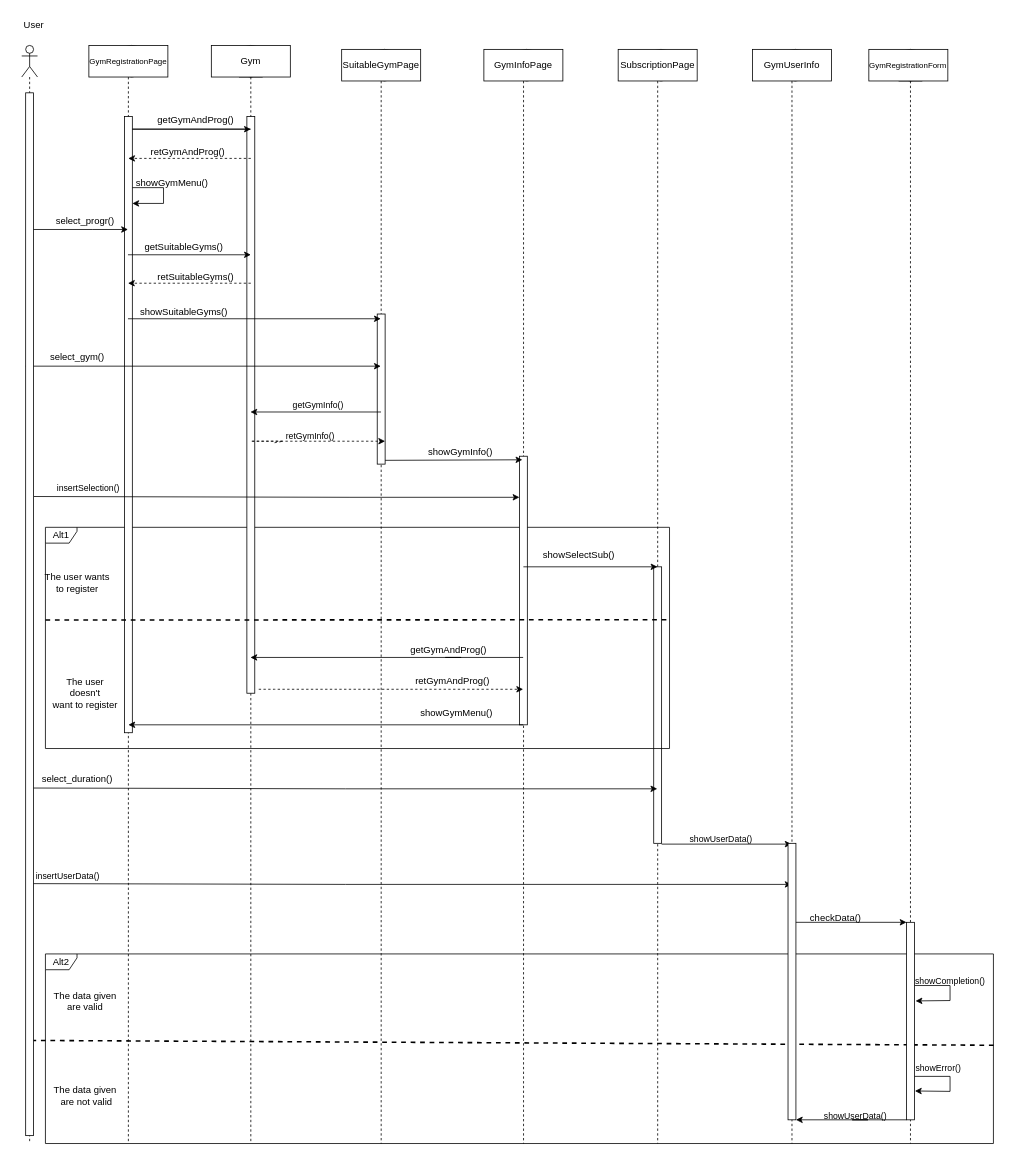
The draw.io diagram ΤΕΛΙΚΟ ΠΑΡΑΔΟΤΕΟ/Sequence-diagrams-v1.0/sd_εγγραφή_σε _γυμναστήριο.drawio in Dionkaps/Eu-Zin, before the edit. Source tidied: cells renumbered, new cells numbered last; positions are measured from the earlier drawing's top-left corner, leaving out a move shared by most shapes. Both pictures are drawn from the tidied source at 79%, with x=0, y=0 at pixel (13, 13).
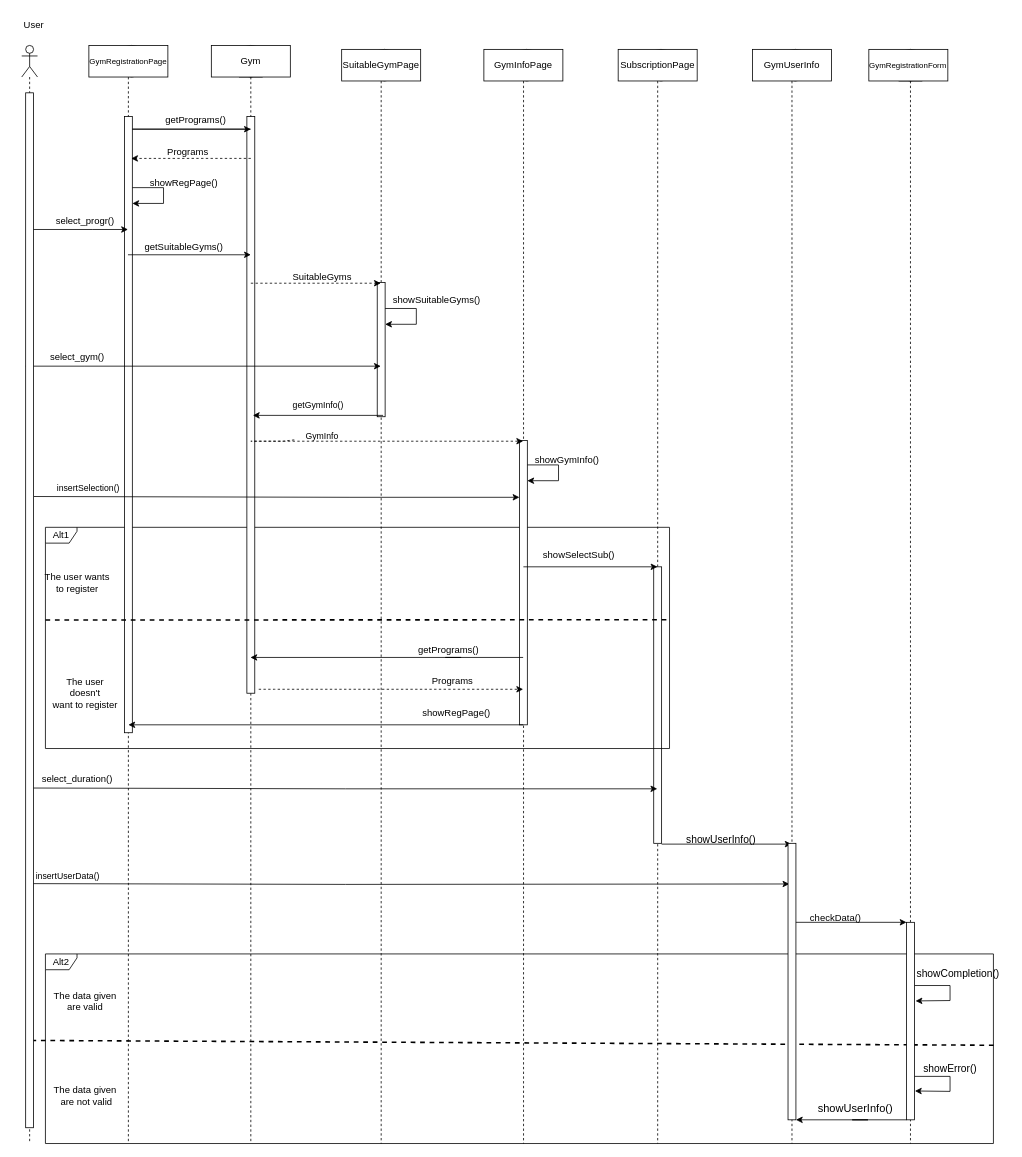
After the change.

Unchanged cells that the change refers to:
```xml
<mxCell id="4" style="shape=umlLifeline;perimeter=lifelinePerimeter;whiteSpace=wrap;html=1;outlineConnect=0;portConstraint=eastwest;newEdgeStyle={&quot;edgeStyle&quot;:&quot;elbowEdgeStyle&quot;,&quot;elbow&quot;:&quot;vertical&quot;,&quot;curved&quot;:0,&quot;rounded&quot;:0};participant=umlBoundary;" parent="1" vertex="1">
  <mxGeometry x="620.2" y="45" width="50" height="1385" as="geometry" />
</mxCell>
<mxCell id="8" style="html=1;points=[];perimeter=orthogonalPerimeter;" parent="1" vertex="1">
  <mxGeometry x="140" y="130" width="10" height="780" as="geometry" />
</mxCell>
<mxCell id="9" style="shape=umlLifeline;perimeter=lifelinePerimeter;whiteSpace=wrap;html=1;outlineConnect=0;portConstraint=eastwest;newEdgeStyle={&quot;edgeStyle&quot;:&quot;elbowEdgeStyle&quot;,&quot;elbow&quot;:&quot;vertical&quot;,&quot;curved&quot;:0,&quot;rounded&quot;:0};participant=umlBoundary;" parent="1" vertex="1">
  <mxGeometry x="440" y="45" width="50" height="1385" as="geometry" />
</mxCell>
<mxCell id="11" style="shape=umlLifeline;perimeter=lifelinePerimeter;whiteSpace=wrap;html=1;outlineConnect=0;portConstraint=eastwest;newEdgeStyle={&quot;edgeStyle&quot;:&quot;elbowEdgeStyle&quot;,&quot;elbow&quot;:&quot;vertical&quot;,&quot;curved&quot;:0,&quot;rounded&quot;:0};participant=umlEntity;" parent="1" vertex="1">
  <mxGeometry x="280" y="40" width="40" height="1390" as="geometry" />
</mxCell>
<mxCell id="62" style="html=1;points=[];perimeter=orthogonalPerimeter;" parent="1" vertex="1">
  <mxGeometry x="980" y="1050" width="10" height="350" as="geometry" />
</mxCell>
```

What changed in the source:
```diff
@@
     <mxCell id="6" style="html=1;perimeter=orthogonalPerimeter;" parent="1" vertex="1">
-      <mxGeometry x="640" y="560" width="10" height="340" as="geometry" />
+      <mxGeometry x="640" y="540" width="10" height="360" as="geometry" />
     </mxCell>
@@
     <mxCell id="10" style="html=1;perimeter=orthogonalPerimeter;" parent="1" vertex="1">
-      <mxGeometry x="460" y="380" width="10" height="190" as="geometry" />
+      <mxGeometry x="460" y="340" width="10" height="170" as="geometry" />
     </mxCell>
@@
-    <mxCell id="17" value="getGymAndProg()" style="text;html=1;align=center;verticalAlign=middle;strokeColor=none;fillColor=none;" parent="1" vertex="1">
-      <mxGeometry x="490" y="790" width="120" height="30" as="geometry" />
+    <mxCell id="17" value="getPrograms()" style="text;html=1;align=center;verticalAlign=middle;strokeColor=none;fillColor=none;" parent="1" vertex="1">
+      <mxGeometry x="500" y="790" width="100" height="30" as="geometry" />
     </mxCell>
-    <mxCell id="18" style="endArrow=classic;html=1;rounded=0;dashed=1;" parent="1" edge="1">
+    <mxCell id="18" style="endArrow=classic;html=1;rounded=0;dashed=1;" parent="1" edge="1" target="9">
       <mxGeometry x="-0.18" y="-11" relative="1" as="geometry">
         <mxPoint x="300" y="341" as="sourcePoint" />
-        <mxPoint x="144.5" y="341" as="targetPoint" />
         <mxPoint x="11" y="-11" as="offset" />
       </mxGeometry>
     </mxCell>
-    <mxCell id="19" value="retGymAndProg()" style="text;html=1;align=center;verticalAlign=middle;strokeColor=none;fillColor=none;" parent="1" vertex="1">
-      <mxGeometry x="495.2" y="830" width="120" height="30" as="geometry" />
+    <mxCell id="19" value="Programs" style="text;html=1;align=center;verticalAlign=middle;strokeColor=none;fillColor=none;" parent="1" vertex="1">
+      <mxGeometry x="515.2" y="830" width="80" height="30" as="geometry" />
     </mxCell>
-    <mxCell id="20" value="showGymMenu()" style="text;html=1;align=center;verticalAlign=middle;strokeColor=none;fillColor=none;" parent="1" vertex="1">
+    <mxCell id="20" value="showRegPage()" style="text;html=1;align=center;verticalAlign=middle;strokeColor=none;fillColor=none;" parent="1" vertex="1">
       <mxGeometry x="505.2" y="870" width="110" height="30" as="geometry" />
     </mxCell>
@@
-    <mxCell id="23" value="retSuitableGyms()" style="text;html=1;align=center;verticalAlign=middle;strokeColor=none;fillColor=none;" parent="1" vertex="1">
-      <mxGeometry x="170" y="318" width="120" height="30" as="geometry" />
+    <mxCell id="23" value="SuitableGyms" style="text;html=1;align=center;verticalAlign=middle;strokeColor=none;fillColor=none;" parent="1" vertex="1">
+      <mxGeometry x="340" y="318" width="100" height="30" as="geometry" />
     </mxCell>
     <mxCell id="24" value="showSuitableGyms()" style="text;html=1;align=center;verticalAlign=middle;strokeColor=none;fillColor=none;" parent="1" vertex="1">
-      <mxGeometry x="150" y="363" width="130" height="30" as="geometry" />
+      <mxGeometry x="470" y="348" width="130" height="30" as="geometry" />
     </mxCell>
@@
-    <mxCell id="27" style="endArrow=classic;html=1;rounded=0;dashed=1;" parent="1" edge="1" source="67">
+    <mxCell id="27" style="endArrow=classic;html=1;rounded=0;dashed=1;" parent="1" edge="1" source="67" target="4">
       <mxGeometry x="-0.18" y="-11" relative="1" as="geometry">
-        <mxPoint x="470" y="541" as="targetPoint" />
         <Array as="points">
           <mxPoint x="341" y="541" />
           <mxPoint x="300" y="541" />
         </Array>
         <mxPoint x="11" y="-11" as="offset" />
       </mxGeometry>
     </mxCell>
-    <mxCell id="28" style="endArrow=classic;html=1;rounded=0;" parent="1" edge="1" target="11">
+    <mxCell id="28" style="endArrow=classic;html=1;rounded=0;" parent="1" edge="1">
       <mxGeometry relative="1" as="geometry">
-        <mxPoint x="464.8" y="504" as="sourcePoint" />
+        <mxPoint x="467.4" y="508.3" as="sourcePoint" />
+        <mxPoint x="302.6" y="508.3" as="targetPoint" />
       </mxGeometry>
     </mxCell>
@@
     <mxCell id="36" value="showGymInfo()" style="text;html=1;align=center;verticalAlign=middle;strokeColor=none;fillColor=none;" parent="1" vertex="1">
-      <mxGeometry x="515.2" y="540" width="100" height="30" as="geometry" />
+      <mxGeometry x="650" y="550" width="100" height="30" as="geometry" />
     </mxCell>
@@
-    <mxCell id="39" value="showGymMenu()" style="text;html=1;align=center;verticalAlign=middle;strokeColor=none;fillColor=none;" parent="1" vertex="1">
-      <mxGeometry x="145" y="200" width="110" height="30" as="geometry" />
+    <mxCell id="39" value="showRegPage()" style="text;html=1;align=center;verticalAlign=middle;strokeColor=none;fillColor=none;" parent="1" vertex="1">
+      <mxGeometry x="160" y="200" width="110" height="30" as="geometry" />
     </mxCell>
-    <mxCell id="40" value="getGymAndProg()" style="text;html=1;align=center;verticalAlign=middle;strokeColor=none;fillColor=none;" parent="1" vertex="1">
-      <mxGeometry x="170" y="120" width="120" height="30" as="geometry" />
+    <mxCell id="40" value="getPrograms()" style="text;html=1;align=center;verticalAlign=middle;strokeColor=none;fillColor=none;" parent="1" vertex="1">
+      <mxGeometry x="180" y="120" width="100" height="30" as="geometry" />
     </mxCell>
-    <mxCell id="41" value="retGymAndProg()" style="text;html=1;align=center;verticalAlign=middle;strokeColor=none;fillColor=none;" parent="1" vertex="1">
-      <mxGeometry x="160" y="160" width="120" height="30" as="geometry" />
+    <mxCell id="41" value="Programs" style="text;html=1;align=center;verticalAlign=middle;strokeColor=none;fillColor=none;" parent="1" vertex="1">
+      <mxGeometry x="180" y="160" width="80" height="30" as="geometry" />
     </mxCell>
-    <mxCell id="42" style="endArrow=classic;html=1;rounded=0;dashed=1;" parent="1" edge="1">
+    <mxCell id="42" style="endArrow=classic;html=1;rounded=0;dashed=1;entryX=0.856;entryY=0.068;entryDx=0;entryDy=0;entryPerimeter=0;" parent="1" edge="1" target="8">
       <mxGeometry x="-0.18" y="-11" relative="1" as="geometry">
         <mxPoint x="300" y="183" as="sourcePoint" />
-        <mxPoint x="144.8" y="183" as="targetPoint" />
         <Array as="points">
           <mxPoint x="240" y="183" />
         </Array>
         <mxPoint x="11" y="-11" as="offset" />
       </mxGeometry>
     </mxCell>
@@
-    <mxCell id="47" value="insertUserData()" style="endArrow=classic;html=1;rounded=0;" parent="1" edge="1">
+    <mxCell id="47" value="insertUserData()" style="endArrow=classic;html=1;rounded=0;entryX=0.167;entryY=0.147;entryDx=0;entryDy=0;entryPerimeter=0;" parent="1" edge="1" target="62">
       <mxGeometry x="-0.9" y="9" relative="1" as="geometry">
         <mxPoint x="20" y="1101" as="sourcePoint" />
-        <mxPoint x="984.5" y="1102" as="targetPoint" />
         <Array as="points">
           <mxPoint x="420" y="1102" />
         </Array>
       </mxGeometry>
     </mxCell>
@@
-    <mxCell id="54" value="showCompletion()" style="text;html=1;align=center;verticalAlign=middle;strokeColor=none;fillColor=none;fontSize=11;" parent="1" vertex="1">
-      <mxGeometry x="1130" y="1210" width="110" height="30" as="geometry" />
+    <mxCell id="54" value="showCompletion()" style="text;html=1;align=center;verticalAlign=middle;strokeColor=none;fillColor=none;fontSize=13;" parent="1" vertex="1">
+      <mxGeometry x="1130" y="1200" width="130" height="30" as="geometry" />
     </mxCell>
-    <mxCell id="55" value="showError()" style="text;html=1;align=center;verticalAlign=middle;strokeColor=none;fillColor=none;fontSize=11;" parent="1" vertex="1">
-      <mxGeometry x="1130" y="1320" width="80" height="30" as="geometry" />
+    <mxCell id="55" value="showError()" style="text;html=1;align=center;verticalAlign=middle;strokeColor=none;fillColor=none;fontSize=13;" parent="1" vertex="1">
+      <mxGeometry x="1140" y="1320" width="90" height="30" as="geometry" />
     </mxCell>
-    <mxCell id="56" value="showUserData()" style="text;html=1;align=center;verticalAlign=middle;strokeColor=none;fillColor=none;fontSize=11;" parent="1" vertex="1">
-      <mxGeometry x="845" y="1030" width="100" height="30" as="geometry" />
+    <mxCell id="56" value="showUserInfo()" style="text;html=1;align=center;verticalAlign=middle;strokeColor=none;fillColor=none;fontSize=13;" parent="1" vertex="1">
+      <mxGeometry x="840" y="1030" width="110" height="30" as="geometry" />
     </mxCell>
@@
     <mxCell id="61" style="html=1;perimeter=orthogonalPerimeter;" parent="1" vertex="1">
-      <mxGeometry x="15" y="100" width="10" height="1320" as="geometry" />
+      <mxGeometry x="15" y="100" width="10" height="1310" as="geometry" />
     </mxCell>
@@
-    <mxCell id="66" style="endArrow=classic;html=1;rounded=0;" parent="1" edge="1">
-      <mxGeometry relative="1" as="geometry">
-        <mxPoint x="144.5" y="386" as="sourcePoint" />
-        <mxPoint x="464.5" y="386" as="targetPoint" />
-      </mxGeometry>
-    </mxCell>
-    <mxCell id="67" value="retGymInfo()" style="text;html=1;align=center;verticalAlign=middle;points=[];strokeColor=none;fillColor=none;fontSize=11;" parent="1" vertex="1">
-      <mxGeometry x="330" y="520" width="90" height="30" as="geometry" />
+    <mxCell id="67" value="GymInfo" style="text;html=1;align=center;verticalAlign=middle;points=[];strokeColor=none;fillColor=none;fontSize=11;" parent="1" vertex="1">
+      <mxGeometry x="355" y="520" width="70" height="30" as="geometry" />
     </mxCell>
-    <mxCell id="68" style="endArrow=classic;html=1;rounded=0;entryX=-0.176;entryY=0.226;entryDx=0;entryDy=0;entryPerimeter=0;" parent="1" edge="1">
-      <mxGeometry relative="1" as="geometry">
-        <mxPoint x="470" y="565.2" as="sourcePoint" />
-        <mxPoint x="643.7" y="564.5" as="targetPoint" />
-      </mxGeometry>
-    </mxCell>
@@
-    <mxCell id="70" value="showUserData()" style="text;html=1;align=center;verticalAlign=middle;strokeColor=none;fillColor=none;fontSize=11;" parent="1" vertex="1">
-      <mxGeometry x="1015" y="1380" width="100" height="30" as="geometry" />
+    <mxCell id="70" value="showUserInfo()" style="text;html=1;align=center;verticalAlign=middle;strokeColor=none;fillColor=none;fontSize=14;" parent="1" vertex="1">
+      <mxGeometry x="1005" y="1370" width="120" height="30" as="geometry" />
     </mxCell>
@@
+    <mxCell id="78" style="endArrow=classic;html=1;rounded=0;strokeWidth=1;fontSize=12;" parent="1" edge="1">
+      <mxGeometry y="61" relative="1" as="geometry">
+        <mxPoint x="470" y="373" as="sourcePoint" />
+        <mxPoint x="470" y="393" as="targetPoint" />
+        <Array as="points">
+          <mxPoint x="509.5" y="373" />
+          <mxPoint x="509.5" y="393" />
+        </Array>
+      </mxGeometry>
+    </mxCell>
+    <mxCell id="79" style="endArrow=classic;html=1;rounded=0;strokeWidth=1;fontSize=12;" parent="1" edge="1">
+      <mxGeometry y="61" relative="1" as="geometry">
+        <mxPoint x="650" y="571" as="sourcePoint" />
+        <mxPoint x="650" y="591" as="targetPoint" />
+        <Array as="points">
+          <mxPoint x="689.5" y="571" />
+          <mxPoint x="689.5" y="591" />
+        </Array>
+      </mxGeometry>
+    </mxCell>
```
